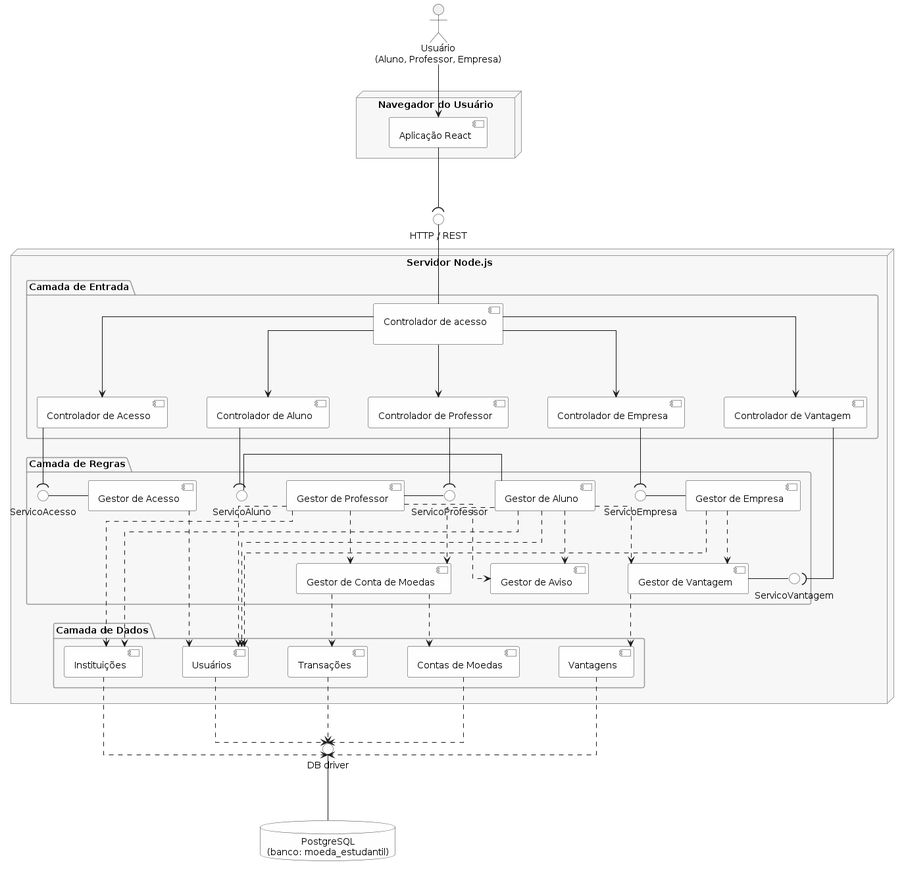
brunokilo/lab03-projetoSoftware keeps this PlantUML diagram as docs/diagramas/diagrama de componentes.png. Above is the earlier version.
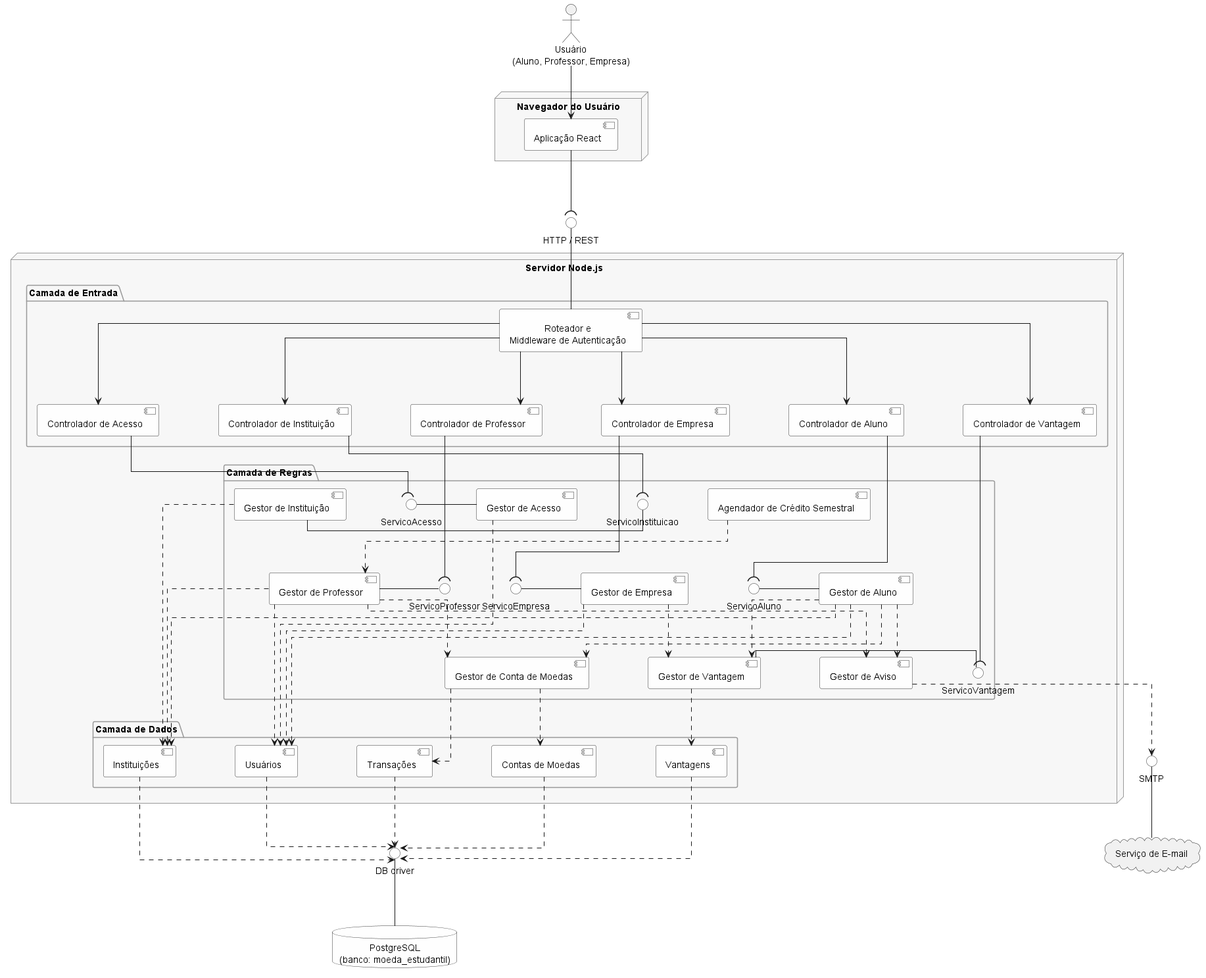
After the change.

Commit message:
feat: atualização do diagrama de componentes com novos controladores e interfaces

Diff of the diagram source:
```diff
@@ -1,9 +1,10 @@
-@startuml
+@startuml MoedaEstudantil_Componentes
+
 skinparam shadowing false
 skinparam componentStyle uml2
 skinparam linetype ortho
 skinparam defaultTextAlignment center
-skinparam nodesep 60
+skinparam nodesep 90
 skinparam ranksep 80
 skinparam component {
   BackgroundColor #FEFEFE
@@ -31,12 +32,13 @@
 node "Servidor Node.js" as Servidor {
 
   package "Camada de Entrada" as Entrada {
-    [Controlador de acesso\n] as Porteiro
+    [Roteador e\nMiddleware de Autenticação] as Porteiro
     [Controlador de Acesso] as CtrlAcesso
     [Controlador de Aluno] as CtrlAluno
     [Controlador de Professor] as CtrlProfessor
     [Controlador de Empresa] as CtrlEmpresa
     [Controlador de Vantagem] as CtrlVantagem
+    [Controlador de Instituição] as CtrlInstituicao
   }
 
   package "Camada de Regras" as Regras {
@@ -45,14 +47,17 @@
     interface "ServicoProfessor" as IServicoProfessor
     interface "ServicoEmpresa" as IServicoEmpresa
     interface "ServicoVantagem" as IServicoVantagem
+    interface "ServicoInstituicao" as IServicoInstituicao
 
     [Gestor de Acesso] as GestorAcesso
     [Gestor de Aluno] as GestorAluno
     [Gestor de Professor] as GestorProfessor
     [Gestor de Empresa] as GestorEmpresa
     [Gestor de Vantagem] as GestorVantagem
+    [Gestor de Instituição] as GestorInstituicao
     [Gestor de Conta de Moedas] as GestorConta
     [Gestor de Aviso] as GestorAviso
+    [Agendador de Crédito Semestral] as Agendador
   }
 
   package "Camada de Dados" as Dados {
@@ -65,9 +70,11 @@
 }
 
 database "PostgreSQL\n(banco: moeda_estudantil)" as Bd
+cloud "Serviço de E-mail" as ServicoEmail
 
 interface "HTTP / REST" as IHttp
 interface "DB driver" as ISql
+interface "SMTP" as ISmtp
 
 
 Usuario --> Spa
@@ -80,6 +87,7 @@
 Porteiro --> CtrlProfessor
 Porteiro --> CtrlEmpresa
 Porteiro --> CtrlVantagem
+Porteiro --> CtrlInstituicao
 
 
 IServicoAcesso - GestorAcesso
@@ -87,6 +95,7 @@
 IServicoProfessor - GestorProfessor
 IServicoEmpresa - GestorEmpresa
 IServicoVantagem - GestorVantagem
+IServicoInstituicao - GestorInstituicao
 
 
 CtrlAcesso --( IServicoAcesso
@@ -94,6 +103,7 @@
 CtrlProfessor --( IServicoProfessor
 CtrlEmpresa --( IServicoEmpresa
 CtrlVantagem --( IServicoVantagem
+CtrlInstituicao --( IServicoInstituicao
 
 GestorAluno ..> GestorConta
 GestorAluno ..> GestorVantagem
@@ -101,6 +111,7 @@
 GestorProfessor ..> GestorConta
 GestorProfessor ..> GestorAviso
 GestorEmpresa ..> GestorVantagem
+Agendador ..> GestorProfessor
 
 
 GestorAcesso ..> PersistUsuario
@@ -110,8 +121,12 @@
 GestorProfessor ..> PersistInstituicao
 GestorEmpresa ..> PersistUsuario
 GestorVantagem ..> PersistVantagem
+GestorInstituicao ..> PersistInstituicao
 GestorConta ..> PersistConta
 GestorConta ..> PersistTransacao
+
+GestorAviso ..> ISmtp
+ISmtp -- ServicoEmail
 
 
 PersistUsuario ..> ISql
@@ -120,4 +135,5 @@
 PersistTransacao ..> ISql
 PersistVantagem ..> ISql
 ISql -- Bd
+
 @enduml
```
